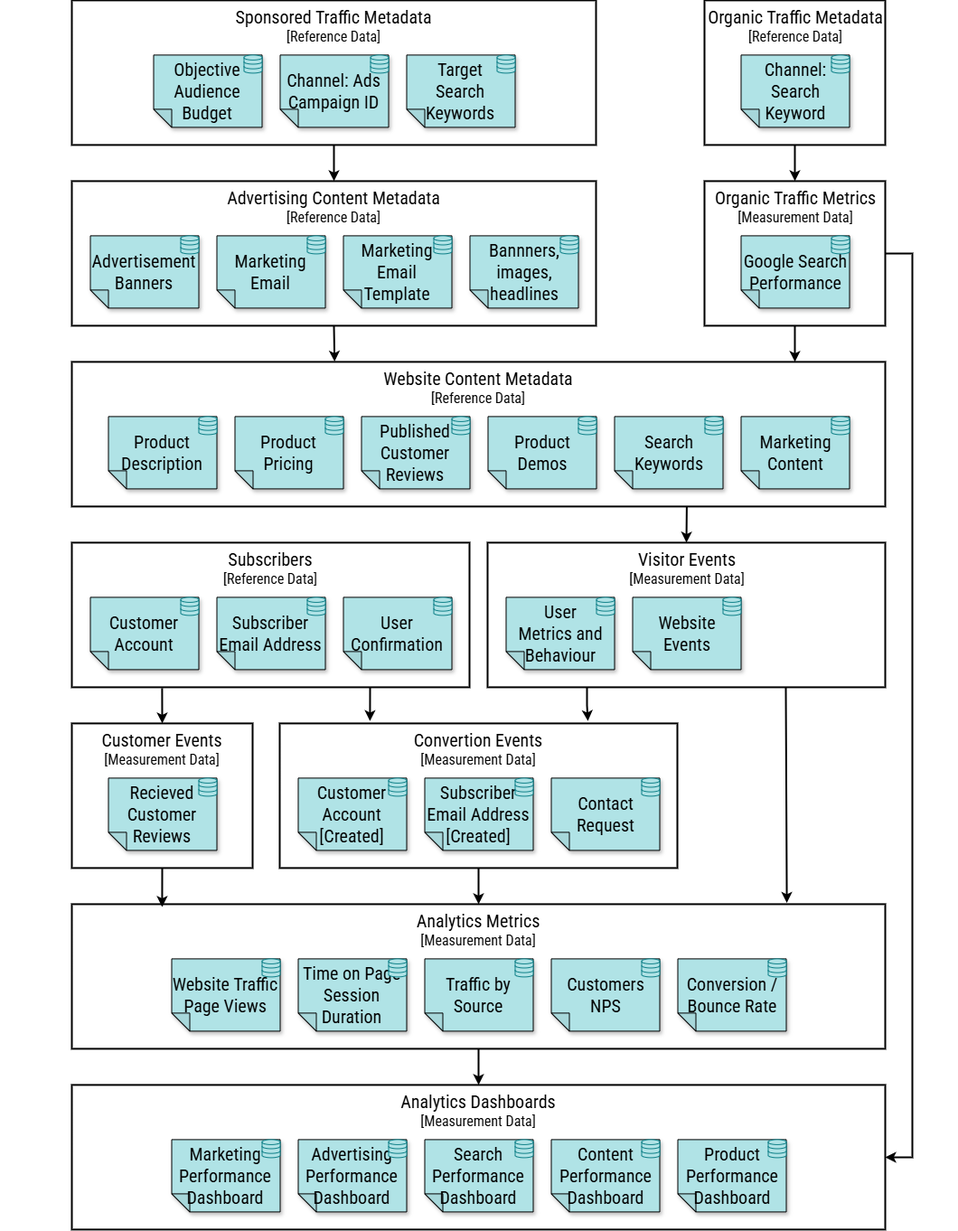
The draw.io diagram chapter-08/figure-8.06.drawio.png in software-architecture-guild/modeling-software-architecture, before a commit. Source tidied: cells renumbered, new cells last; positions are measured from the earlier drawing's top-left corner, leaving out a move shared by most shapes.
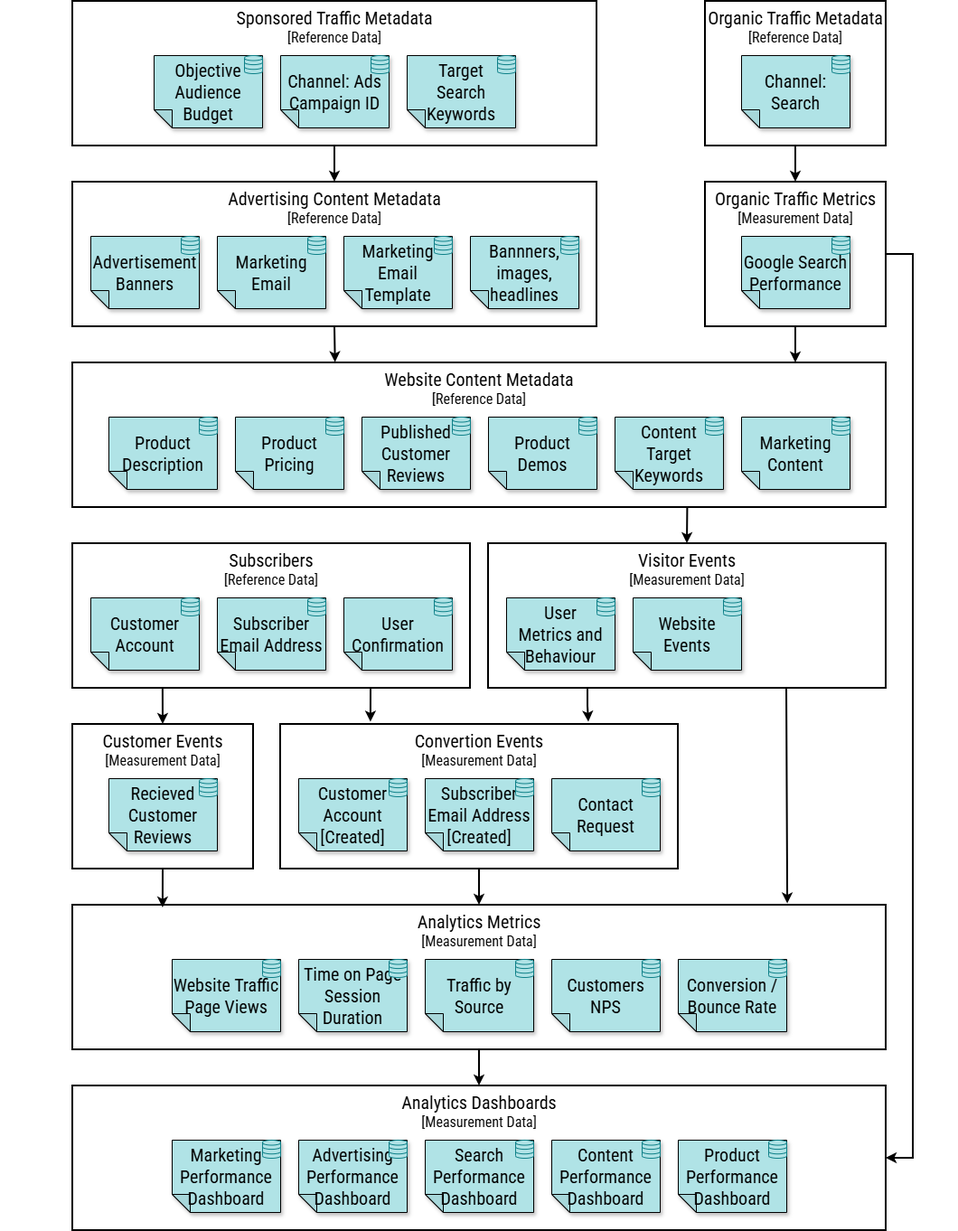
After the change.

Commit message:
chapter 8: fixed google search and ads

What changed in the source:
```diff
@@ -83,10 +83,10 @@
     <mxCell id="28" value="Target&#10;Search Keywords" style="shape=note;whiteSpace=wrap;backgroundOutline=1;darkOpacity=0.05;fillColor=#b0e3e6;strokeColor=#000000;fillStyle=solid;direction=west;gradientDirection=north;shadow=1;size=20;fontFamily=Roboto Condensed;fontSource=https%3A%2F%2Ffonts.googleapis.com%2Fcss%3Ffamily%3DRoboto%2BCondensed;fontSize=20;" parent="1" vertex="1">
       <mxGeometry x="450" y="60" width="120" height="80" as="geometry" />
     </mxCell>
-    <mxCell id="29" value="Search Keywords" style="shape=note;whiteSpace=wrap;backgroundOutline=1;darkOpacity=0.05;fillColor=#b0e3e6;strokeColor=#000000;fillStyle=solid;direction=west;gradientDirection=north;shadow=1;size=20;fontFamily=Roboto Condensed;fontSource=https%3A%2F%2Ffonts.googleapis.com%2Fcss%3Ffamily%3DRoboto%2BCondensed;fontSize=20;" parent="1" vertex="1">
+    <mxCell id="29" value="Content&#10;Target Keywords" style="shape=note;whiteSpace=wrap;backgroundOutline=1;darkOpacity=0.05;fillColor=#b0e3e6;strokeColor=#000000;fillStyle=solid;direction=west;gradientDirection=north;shadow=1;size=20;fontFamily=Roboto Condensed;fontSource=https%3A%2F%2Ffonts.googleapis.com%2Fcss%3Ffamily%3DRoboto%2BCondensed;fontSize=20;" parent="1" vertex="1">
       <mxGeometry x="680" y="460" width="120" height="80" as="geometry" />
     </mxCell>
-    <mxCell id="30" value="Channel: Search&#10;Keyword" style="shape=note;whiteSpace=wrap;backgroundOutline=1;darkOpacity=0.05;fillColor=#b0e3e6;strokeColor=#000000;fillStyle=solid;direction=west;gradientDirection=north;shadow=1;size=20;fontFamily=Roboto Condensed;fontSource=https%3A%2F%2Ffonts.googleapis.com%2Fcss%3Ffamily%3DRoboto%2BCondensed;fontSize=20;" parent="1" vertex="1">
+    <mxCell id="30" value="Channel: Search" style="shape=note;whiteSpace=wrap;backgroundOutline=1;darkOpacity=0.05;fillColor=#b0e3e6;strokeColor=#000000;fillStyle=solid;direction=west;gradientDirection=north;shadow=1;size=20;fontFamily=Roboto Condensed;fontSource=https%3A%2F%2Ffonts.googleapis.com%2Fcss%3Ffamily%3DRoboto%2BCondensed;fontSize=20;" parent="1" vertex="1">
       <mxGeometry x="820" y="60" width="120" height="80" as="geometry" />
     </mxCell>
     <mxCell id="31" style="verticalLabelPosition=bottom;align=center;labelBackgroundColor=#ffffff;verticalAlign=top;strokeWidth=1;shadow=0;dashed=0;shape=mxgraph.ios7.icons.data;fillColor=#b0e3e6;strokeColor=#0e8088;fontFamily=Roboto Condensed;fontSource=https%3A%2F%2Ffonts.googleapis.com%2Fcss%3Ffamily%3DRoboto%2BCondensed;fontSize=20;fontColor=#000000;" parent="1" vertex="1">
```
